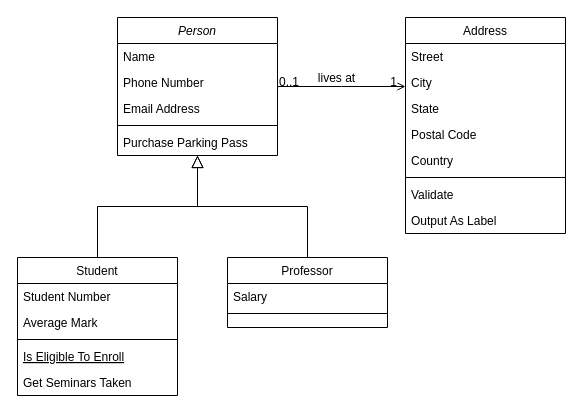
Before: Диаграмма без названия.drawio in XYphrodite/RioCourseWork, a draw.io diagram. Source tidied: cells renumbered, new cells numbered last; positions are measured from the earlier drawing's top-left corner, leaving out a move shared by most shapes. Both pictures are drawn from the tidied source at 100%, with x=0, y=0 at pixel (17, 17).
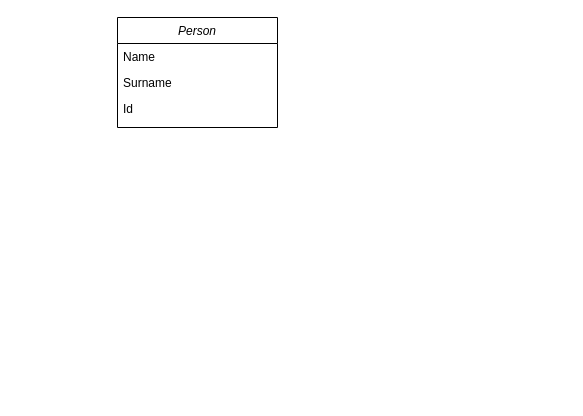
Above is the later version.

The edit, as a diff of the source:
```diff
@@
     <mxCell id="2" value="Person" style="swimlane;fontStyle=2;align=center;verticalAlign=top;horizontal=1;startSize=26;rounded=0;shadow=0;strokeWidth=1;" parent="1" vertex="1">
-      <mxGeometry x="100" width="160" height="138" as="geometry" />
+      <mxGeometry x="100" width="160" height="110" as="geometry" />
     </mxCell>
@@
-    <mxCell id="4" value="Phone Number" style="text;align=left;verticalAlign=top;spacingLeft=4;spacingRight=4;overflow=hidden;rounded=0;shadow=0;html=0;" parent="2" vertex="1">
+    <mxCell id="4" value="Surname" style="text;align=left;verticalAlign=top;spacingLeft=4;spacingRight=4;overflow=hidden;rounded=0;shadow=0;html=0;" parent="2" vertex="1">
       <mxGeometry y="52" width="160" height="26" as="geometry" />
     </mxCell>
-    <mxCell id="5" value="Email Address" style="text;align=left;verticalAlign=top;spacingLeft=4;spacingRight=4;overflow=hidden;rounded=0;shadow=0;html=0;" parent="2" vertex="1">
+    <mxCell id="5" value="Id" style="text;align=left;verticalAlign=top;spacingLeft=4;spacingRight=4;overflow=hidden;rounded=0;shadow=0;html=0;" parent="2" vertex="1">
       <mxGeometry y="78" width="160" height="26" as="geometry" />
     </mxCell>
-    <mxCell id="6" style="line;html=1;strokeWidth=1;align=left;verticalAlign=middle;spacingTop=-1;spacingLeft=3;spacingRight=3;labelPosition=right;" parent="2" vertex="1">
-      <mxGeometry y="104" width="160" height="8" as="geometry" />
-    </mxCell>
-    <mxCell id="7" value="Purchase Parking Pass" style="text;align=left;verticalAlign=top;spacingLeft=4;spacingRight=4;overflow=hidden;" parent="2" vertex="1">
-      <mxGeometry y="112" width="160" height="26" as="geometry" />
-    </mxCell>
-    <mxCell id="8" value="Student" style="swimlane;fontStyle=0;align=center;verticalAlign=top;horizontal=1;startSize=26;rounded=0;shadow=0;strokeWidth=1;" parent="1" vertex="1">
-      <mxGeometry y="240" width="160" height="138" as="geometry" />
-    </mxCell>
-    <mxCell id="9" value="Student Number" style="text;align=left;verticalAlign=top;spacingLeft=4;spacingRight=4;overflow=hidden;" parent="8" vertex="1">
-      <mxGeometry y="26" width="160" height="26" as="geometry" />
-    </mxCell>
-    <mxCell id="10" value="Average Mark" style="text;align=left;verticalAlign=top;spacingLeft=4;spacingRight=4;overflow=hidden;rounded=0;shadow=0;html=0;" parent="8" vertex="1">
-      <mxGeometry y="52" width="160" height="26" as="geometry" />
-    </mxCell>
-    <mxCell id="11" style="line;html=1;strokeWidth=1;align=left;verticalAlign=middle;spacingTop=-1;spacingLeft=3;spacingRight=3;labelPosition=right;" parent="8" vertex="1">
-      <mxGeometry y="78" width="160" height="8" as="geometry" />
-    </mxCell>
-    <mxCell id="12" value="Is Eligible To Enroll" style="text;align=left;verticalAlign=top;spacingLeft=4;spacingRight=4;overflow=hidden;fontStyle=4;" parent="8" vertex="1">
-      <mxGeometry y="86" width="160" height="26" as="geometry" />
-    </mxCell>
-    <mxCell id="13" value="Get Seminars Taken" style="text;align=left;verticalAlign=top;spacingLeft=4;spacingRight=4;overflow=hidden;" parent="8" vertex="1">
-      <mxGeometry y="112" width="160" height="26" as="geometry" />
-    </mxCell>
-    <mxCell id="14" style="endArrow=block;endSize=10;endFill=0;shadow=0;strokeWidth=1;rounded=0;edgeStyle=elbowEdgeStyle;elbow=vertical;" parent="1" edge="1" source="8" target="2">
-      <mxGeometry relative="1" as="geometry" />
-    </mxCell>
-    <mxCell id="15" value="Professor" style="swimlane;fontStyle=0;align=center;verticalAlign=top;horizontal=1;startSize=26;rounded=0;shadow=0;strokeWidth=1;" parent="1" vertex="1">
-      <mxGeometry x="210" y="240" width="160" height="70" as="geometry" />
-    </mxCell>
-    <mxCell id="16" value="Salary" style="text;align=left;verticalAlign=top;spacingLeft=4;spacingRight=4;overflow=hidden;" parent="15" vertex="1">
-      <mxGeometry y="26" width="160" height="26" as="geometry" />
-    </mxCell>
-    <mxCell id="17" style="line;html=1;strokeWidth=1;align=left;verticalAlign=middle;spacingTop=-1;spacingLeft=3;spacingRight=3;labelPosition=right;" parent="15" vertex="1">
-      <mxGeometry y="52" width="160" height="8" as="geometry" />
-    </mxCell>
-    <mxCell id="18" style="endArrow=block;endSize=10;endFill=0;shadow=0;strokeWidth=1;rounded=0;edgeStyle=elbowEdgeStyle;elbow=vertical;" parent="1" edge="1" source="15" target="2">
-      <mxGeometry relative="1" as="geometry" />
-    </mxCell>
-    <mxCell id="19" value="Address" style="swimlane;fontStyle=0;align=center;verticalAlign=top;horizontal=1;startSize=26;rounded=0;shadow=0;strokeWidth=1;" parent="1" vertex="1">
-      <mxGeometry x="388" width="160" height="216" as="geometry" />
-    </mxCell>
-    <mxCell id="20" value="Street" style="text;align=left;verticalAlign=top;spacingLeft=4;spacingRight=4;overflow=hidden;" parent="19" vertex="1">
-      <mxGeometry y="26" width="160" height="26" as="geometry" />
-    </mxCell>
-    <mxCell id="21" value="City" style="text;align=left;verticalAlign=top;spacingLeft=4;spacingRight=4;overflow=hidden;rounded=0;shadow=0;html=0;" parent="19" vertex="1">
-      <mxGeometry y="52" width="160" height="26" as="geometry" />
-    </mxCell>
-    <mxCell id="22" value="State" style="text;align=left;verticalAlign=top;spacingLeft=4;spacingRight=4;overflow=hidden;rounded=0;shadow=0;html=0;" parent="19" vertex="1">
-      <mxGeometry y="78" width="160" height="26" as="geometry" />
-    </mxCell>
-    <mxCell id="23" value="Postal Code" style="text;align=left;verticalAlign=top;spacingLeft=4;spacingRight=4;overflow=hidden;rounded=0;shadow=0;html=0;" parent="19" vertex="1">
-      <mxGeometry y="104" width="160" height="26" as="geometry" />
-    </mxCell>
-    <mxCell id="24" value="Country" style="text;align=left;verticalAlign=top;spacingLeft=4;spacingRight=4;overflow=hidden;rounded=0;shadow=0;html=0;" parent="19" vertex="1">
-      <mxGeometry y="130" width="160" height="26" as="geometry" />
-    </mxCell>
-    <mxCell id="25" style="line;html=1;strokeWidth=1;align=left;verticalAlign=middle;spacingTop=-1;spacingLeft=3;spacingRight=3;labelPosition=right;" parent="19" vertex="1">
-      <mxGeometry y="156" width="160" height="8" as="geometry" />
-    </mxCell>
-    <mxCell id="26" value="Validate" style="text;align=left;verticalAlign=top;spacingLeft=4;spacingRight=4;overflow=hidden;" parent="19" vertex="1">
-      <mxGeometry y="164" width="160" height="26" as="geometry" />
-    </mxCell>
-    <mxCell id="27" value="Output As Label" style="text;align=left;verticalAlign=top;spacingLeft=4;spacingRight=4;overflow=hidden;" parent="19" vertex="1">
-      <mxGeometry y="190" width="160" height="26" as="geometry" />
-    </mxCell>
-    <mxCell id="28" style="endArrow=open;shadow=0;strokeWidth=1;rounded=0;endFill=1;edgeStyle=elbowEdgeStyle;elbow=vertical;" parent="1" edge="1" source="2" target="19">
-      <mxGeometry x="0.5" y="41" relative="1" as="geometry">
-        <mxPoint x="-40" y="32" as="offset" />
-      </mxGeometry>
-    </mxCell>
-    <mxCell id="29" value="0..1" style="align=left;verticalAlign=bottom;labelBackgroundColor=none;fontSize=12;" parent="28" vertex="1">
-      <mxGeometry x="-1" relative="1" as="geometry">
-        <mxPoint y="4" as="offset" />
-      </mxGeometry>
-    </mxCell>
-    <mxCell id="30" value="1" style="align=right;verticalAlign=bottom;labelBackgroundColor=none;fontSize=12;" parent="28" vertex="1">
-      <mxGeometry x="1" relative="1" as="geometry">
-        <mxPoint x="-7" y="4" as="offset" />
-      </mxGeometry>
-    </mxCell>
-    <mxCell id="31" value="lives at" style="text;html=1;align=center;verticalAlign=middle;labelBackgroundColor=none;rounded=0;shadow=0;strokeWidth=1;fontSize=12;" parent="28" vertex="1">
-      <mxGeometry x="0.5" y="49" relative="1" as="geometry">
-        <mxPoint x="-38" y="40" as="offset" />
-      </mxGeometry>
-    </mxCell>
```
